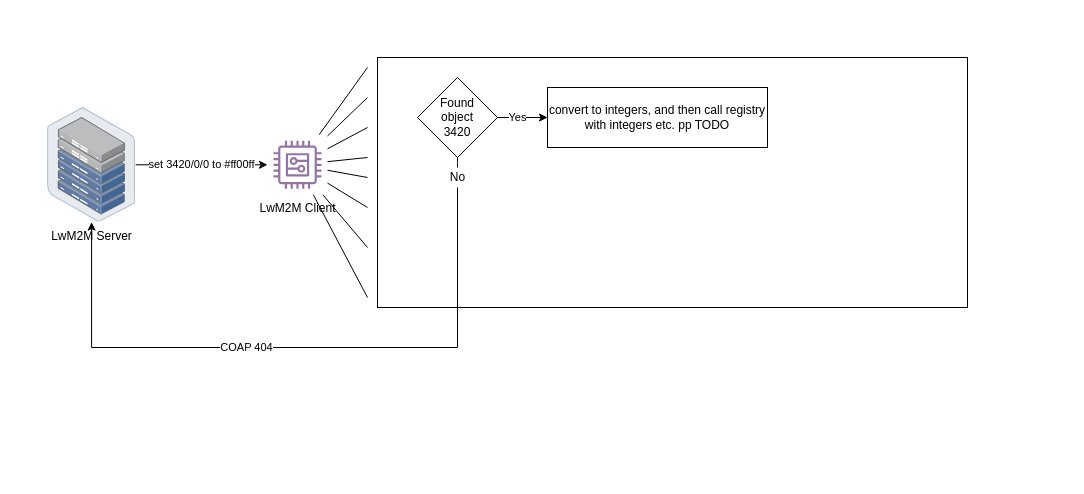
Before: doc/drawio/lwm2m_integration_flow.drawio in LasseRosenow/riot-runtime-config, a draw.io diagram. Source tidied: cells renumbered, new cells numbered last; positions are measured from the earlier drawing's top-left corner, leaving out a move shared by most shapes. Both pictures are drawn from the tidied source at 100%, with x=0, y=0 at pixel (47, 57).
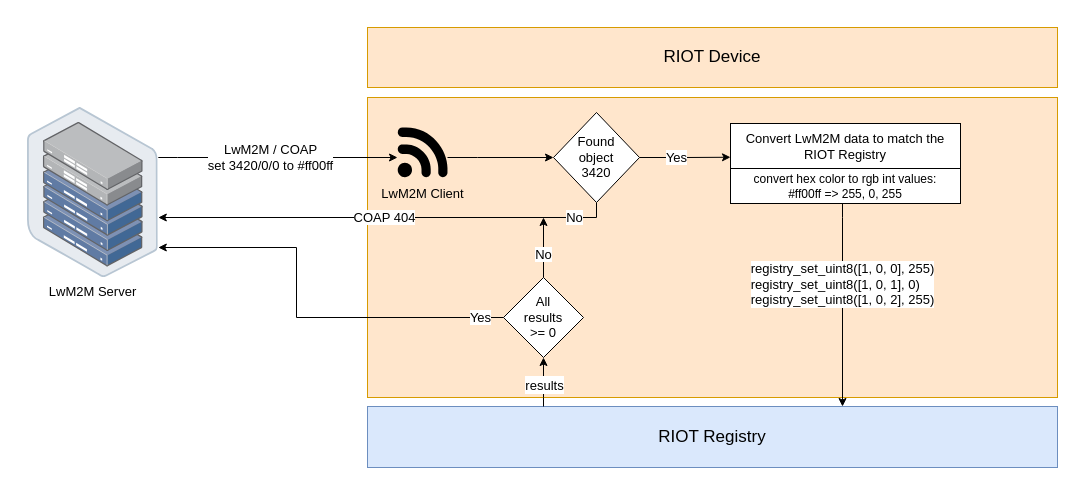
Above is the later version.

Commit message (it also covers changes not shown here):
Add lwm2m diagram to doc

Diff of the diagram source:
```diff
@@
+    <mxCell id="20" style="rounded=0;whiteSpace=wrap;html=1;strokeColor=none;" parent="1" vertex="1">
+      <mxGeometry x="-30" y="-40" width="1050" height="460" as="geometry" />
+    </mxCell>
-    <mxCell id="2" style="rounded=0;whiteSpace=wrap;html=1;" parent="1" vertex="1">
-      <mxGeometry x="330" width="590" height="250" as="geometry" />
+    <mxCell id="2" style="rounded=0;whiteSpace=wrap;html=1;fillColor=#ffe6cc;strokeColor=#d79b00;" parent="1" vertex="1">
+      <mxGeometry x="320" y="40" width="690" height="300" as="geometry" />
     </mxCell>
-    <mxCell id="3" value="LwM2M Server" style="points=[];html=1;align=center;shadow=0;dashed=0;image;image=img/lib/allied_telesis/storage/Datacenter_Server_Half_Rack_ToR.svg;" parent="1" vertex="1">
-      <mxGeometry y="50" width="88.2" height="114.6" as="geometry" />
+    <mxCell id="3" value="&lt;font style=&quot;font-size: 13px&quot;&gt;LwM2M Server&lt;/font&gt;" style="points=[];html=1;align=center;shadow=0;dashed=0;image;image=img/lib/allied_telesis/storage/Datacenter_Server_Half_Rack_ToR.svg;" parent="1" vertex="1">
+      <mxGeometry x="-20" y="50" width="130.8" height="170" as="geometry" />
     </mxCell>
-    <mxCell id="4" value="set 3420/0/0 to #ff00ff" style="edgeStyle=elbowEdgeStyle;rounded=0;html=1;" parent="1" edge="1" source="3" target="6">
-      <mxGeometry relative="1" as="geometry" />
+    <mxCell id="4" value="&lt;font style=&quot;font-size: 13px&quot;&gt;LwM2M / COAP&lt;br&gt;set 3420/0/0 to #ff00ff&lt;/font&gt;" style="edgeStyle=elbowEdgeStyle;rounded=0;html=1;" parent="1" edge="1" source="3" target="6">
+      <mxGeometry x="-0.06" relative="1" as="geometry">
+        <Array as="points">
+          <mxPoint x="130" y="100" />
+        </Array>
+      </mxGeometry>
     </mxCell>
-    <mxCell id="5" style="endArrow=none;html=1;" parent="1" edge="1" source="6">
-      <mxGeometry relative="1" as="geometry">
-        <mxPoint x="320" y="10" as="targetPoint" />
-      </mxGeometry>
-    </mxCell>
-    <mxCell id="6" value="LwM2M Client" style="sketch=0;outlineConnect=0;strokeColor=#9673a6;fillColor=none;dashed=0;verticalLabelPosition=bottom;verticalAlign=top;align=center;html=1;fontSize=12;fontStyle=0;shape=mxgraph.aws4.resourceIcon;resIcon=mxgraph.aws4.generic;" parent="1" vertex="1">
-      <mxGeometry x="220" y="77.3" width="60" height="60" as="geometry" />
-    </mxCell>
-    <mxCell id="7" style="endArrow=none;html=1;" parent="1" edge="1" source="6">
-      <mxGeometry relative="1" as="geometry">
-        <mxPoint x="320" y="40" as="targetPoint" />
-      </mxGeometry>
-    </mxCell>
-    <mxCell id="8" style="endArrow=none;html=1;" parent="1" edge="1" source="6">
-      <mxGeometry relative="1" as="geometry">
-        <mxPoint x="320" y="120" as="targetPoint" />
-      </mxGeometry>
-    </mxCell>
-    <mxCell id="9" style="endArrow=none;html=1;" parent="1" edge="1" source="6">
-      <mxGeometry relative="1" as="geometry">
-        <mxPoint x="320" y="150" as="targetPoint" />
-      </mxGeometry>
-    </mxCell>
-    <mxCell id="10" style="endArrow=none;html=1;" parent="1" edge="1" source="6">
-      <mxGeometry relative="1" as="geometry">
-        <mxPoint x="320" y="190" as="targetPoint" />
-      </mxGeometry>
-    </mxCell>
-    <mxCell id="11" style="endArrow=none;html=1;" parent="1" edge="1" source="6">
-      <mxGeometry relative="1" as="geometry">
-        <mxPoint x="320" y="240" as="targetPoint" />
-      </mxGeometry>
-    </mxCell>
-    <mxCell id="12" style="endArrow=none;html=1;" parent="1" edge="1" source="6">
-      <mxGeometry relative="1" as="geometry">
-        <mxPoint x="320" y="70" as="targetPoint" />
-      </mxGeometry>
-    </mxCell>
-    <mxCell id="13" style="endArrow=none;html=1;" parent="1" edge="1" source="6">
-      <mxGeometry relative="1" as="geometry">
-        <mxPoint x="320" y="100" as="targetPoint" />
-      </mxGeometry>
-    </mxCell>
-    <mxCell id="14" value="convert to integers, and then call registry with integers etc. pp TODO" style="rounded=0;whiteSpace=wrap;html=1;" parent="1" vertex="1">
-      <mxGeometry x="500" y="30" width="220" height="60" as="geometry" />
-    </mxCell>
-    <mxCell id="15" value="COAP 404" style="edgeStyle=elbowEdgeStyle;rounded=0;html=1;startArrow=none;" parent="1" edge="1" source="17" target="3">
-      <mxGeometry x="0.14" relative="1" as="geometry">
+    <mxCell id="15" value="&lt;font style=&quot;font-size: 13px&quot;&gt;COAP 404&lt;/font&gt;" style="edgeStyle=elbowEdgeStyle;rounded=0;html=1;startArrow=none;exitX=0.5;exitY=1;exitDx=0;exitDy=0;" parent="1" edge="1" source="16" target="3">
+      <mxGeometry relative="1" as="geometry">
         <Array as="points">
-          <mxPoint x="310" y="290" />
+          <mxPoint x="549" y="160" />
+          <mxPoint x="430" y="160" />
         </Array>
       </mxGeometry>
     </mxCell>
-    <mxCell id="16" value="Found &lt;br&gt;object&lt;br&gt;3420" style="rhombus;whiteSpace=wrap;html=1;" parent="1" vertex="1">
-      <mxGeometry x="370" y="20" width="80" height="80" as="geometry" />
+    <mxCell id="16" value="&lt;font style=&quot;font-size: 13px&quot;&gt;Found &lt;br&gt;object&lt;br&gt;3420&lt;/font&gt;" style="rhombus;whiteSpace=wrap;html=1;" parent="1" vertex="1">
+      <mxGeometry x="506" y="55" width="86" height="90" as="geometry" />
     </mxCell>
+    <mxCell id="19" value="&lt;font style=&quot;font-size: 13px&quot;&gt;Yes&lt;/font&gt;" style="edgeStyle=elbowEdgeStyle;rounded=0;html=1;entryX=0;entryY=0.75;entryDx=0;entryDy=0;" parent="1" edge="1" source="16" target="31">
+      <mxGeometry x="-0.2" relative="1" as="geometry" />
+    </mxCell>
+    <mxCell id="21" value="&lt;font style=&quot;font-size: 17px&quot;&gt;RIOT Device&lt;/font&gt;" style="rounded=0;whiteSpace=wrap;html=1;fillColor=#ffe6cc;strokeColor=#d79b00;" parent="1" vertex="1">
+      <mxGeometry x="320" y="-30" width="690" height="60" as="geometry" />
+    </mxCell>
-    <mxCell id="17" value="No" style="text;html=1;align=center;verticalAlign=middle;points=[];strokeColor=none;fillColor=none;" parent="1" vertex="1">
-      <mxGeometry x="395" y="110" width="30" height="20" as="geometry" />
+    <mxCell id="17" value="&lt;font style=&quot;background-color: rgb(255 , 255 , 255) ; font-size: 13px&quot;&gt;No&lt;/font&gt;" style="text;html=1;align=center;verticalAlign=middle;points=[];strokeColor=none;fillColor=none;strokeWidth=0;" parent="1" vertex="1">
+      <mxGeometry x="512" y="150" width="30" height="20" as="geometry" />
     </mxCell>
-    <mxCell id="18" style="edgeStyle=elbowEdgeStyle;rounded=0;html=1;endArrow=none;" parent="1" edge="1" source="16" target="17">
-      <mxGeometry x="0.14" relative="1" as="geometry" />
-    </mxCell>
-    <mxCell id="19" value="Yes" style="edgeStyle=elbowEdgeStyle;rounded=0;html=1;" parent="1" edge="1" source="16" target="14">
-      <mxGeometry x="-0.2" relative="1" as="geometry" />
-    </mxCell>
+    <mxCell id="6" value="&lt;font style=&quot;font-size: 13px&quot;&gt;LwM2M Client&lt;/font&gt;" style="points=[[0.005,0.09,0],[0.08,0,0],[0.76,0.25,0],[1,0.92,0],[0.91,0.995,0],[0.57,0.995,0],[0.045,0.955,0],[0.005,0.43,0]];verticalLabelPosition=bottom;sketch=0;html=1;verticalAlign=top;align=center;shape=mxgraph.cisco19.3g_4g_indicator;fillColor=#000000;strokeColor=none;fontSize=15;" parent="1" vertex="1">
+      <mxGeometry x="350" y="70" width="50" height="50" as="geometry" />
+    </mxCell>
+    <mxCell id="22" style="edgeStyle=elbowEdgeStyle;rounded=0;html=1;" parent="1" edge="1" source="6" target="16">
+      <mxGeometry x="-0.2" relative="1" as="geometry">
+        <Array as="points">
+          <mxPoint x="430" y="100" />
+        </Array>
+      </mxGeometry>
+    </mxCell>
+    <mxCell id="23" value="&lt;font style=&quot;font-size: 17px&quot;&gt;RIOT Registry&lt;/font&gt;" style="rounded=0;whiteSpace=wrap;html=1;fillColor=#dae8fc;strokeColor=#6c8ebf;" parent="1" vertex="1">
+      <mxGeometry x="320" y="349" width="690" height="61" as="geometry" />
+    </mxCell>
+    <mxCell id="24" value="&lt;font style=&quot;font-size: 13px&quot;&gt;&lt;font style=&quot;font-size: 13px&quot;&gt;registry_set_uint8([1, 0, 0], 255)&lt;br&gt;&lt;/font&gt;&lt;/font&gt;&lt;div style=&quot;text-align: left ; font-size: 13px&quot;&gt;&lt;font style=&quot;font-size: 13px&quot;&gt;registry_set_uint8([1, 0, 1], 0)&lt;/font&gt;&lt;/div&gt;&lt;font style=&quot;font-size: 13px&quot;&gt;registry_set_uint8([1, 0, 2], 255)&lt;/font&gt;" style="edgeStyle=elbowEdgeStyle;rounded=0;html=1;" parent="1" edge="1" source="14" target="23">
+      <mxGeometry x="-0.2" relative="1" as="geometry">
+        <Array as="points">
+          <mxPoint x="795" y="160" />
+          <mxPoint x="795" y="220" />
+          <mxPoint x="440" y="110" />
+        </Array>
+      </mxGeometry>
+    </mxCell>
+    <mxCell id="25" style="edgeStyle=elbowEdgeStyle;rounded=0;html=1;entryX=0.5;entryY=1;entryDx=0;entryDy=0;" parent="1" edge="1" source="23" target="27">
+      <mxGeometry x="-0.2" relative="1" as="geometry">
+        <Array as="points">
+          <mxPoint x="496" y="340" />
+          <mxPoint x="450" y="280" />
+          <mxPoint x="805" y="230" />
+          <mxPoint x="450" y="120" />
+        </Array>
+      </mxGeometry>
+    </mxCell>
+    <mxCell id="26" value="&lt;font style=&quot;font-size: 13px&quot;&gt;results&lt;/font&gt;" style="edgeLabel;html=1;align=center;verticalAlign=middle;fontSize=15;" parent="25" vertex="1">
+      <mxGeometry x="-0.33" y="2" relative="1" as="geometry">
+        <mxPoint x="2" y="-7" as="offset" />
+      </mxGeometry>
+    </mxCell>
+    <mxCell id="27" value="&lt;font style=&quot;font-size: 13px&quot;&gt;All &lt;br&gt;results &lt;br&gt;&amp;gt;= 0&lt;/font&gt;" style="rhombus;whiteSpace=wrap;html=1;" parent="1" vertex="1">
+      <mxGeometry x="456" y="220" width="80" height="80" as="geometry" />
+    </mxCell>
+    <mxCell id="28" value="&lt;font style=&quot;font-size: 13px&quot;&gt;No&lt;/font&gt;" style="edgeStyle=elbowEdgeStyle;rounded=0;html=1;exitX=0.5;exitY=0;exitDx=0;exitDy=0;" parent="1" edge="1" source="27">
+      <mxGeometry x="-0.25" relative="1" as="geometry">
+        <mxPoint x="496" y="160" as="targetPoint" />
+        <Array as="points">
+          <mxPoint x="496" y="200" />
+          <mxPoint x="450" y="170" />
+          <mxPoint x="440" y="110" />
+        </Array>
+      </mxGeometry>
+    </mxCell>
+    <mxCell id="29" value="&lt;font style=&quot;font-size: 13px&quot;&gt;Yes&lt;/font&gt;" style="edgeStyle=elbowEdgeStyle;rounded=0;html=1;exitX=0;exitY=0.5;exitDx=0;exitDy=0;" parent="1" edge="1" source="27" target="3">
+      <mxGeometry x="-0.89" relative="1" as="geometry">
+        <Array as="points">
+          <mxPoint x="249" y="190" />
+          <mxPoint x="249" y="170" />
+        </Array>
+      </mxGeometry>
+    </mxCell>
+    <mxCell id="30" style="group;" parent="1" vertex="1">
+      <mxGeometry x="683" y="66" width="230" height="80" as="geometry" />
+    </mxCell>
+    <mxCell id="14" value="&lt;font style=&quot;font-size: 12px&quot;&gt;convert hex color to rgb int values:&lt;br&gt;#ff00ff =&amp;gt; 255, 0, 255&lt;br&gt;&lt;/font&gt;" style="rounded=0;whiteSpace=wrap;html=1;" parent="30" vertex="1">
+      <mxGeometry y="45" width="230" height="35" as="geometry" />
+    </mxCell>
+    <mxCell id="31" value="&lt;font style=&quot;font-size: 13px&quot;&gt;Convert LwM2M data to match the RIOT Registry&lt;/font&gt;" style="rounded=0;whiteSpace=wrap;html=1;" parent="30" vertex="1">
+      <mxGeometry width="230" height="45" as="geometry" />
+    </mxCell>
```
